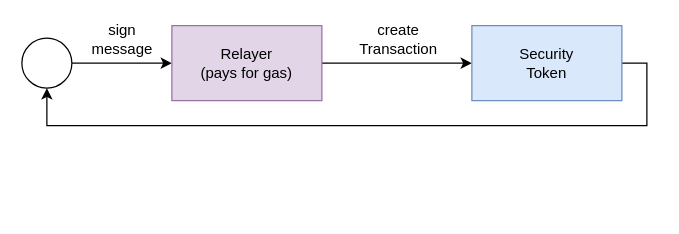
Above: resources/gsn.drawio in micobo-gmbh/micobo-Security-Token (draw.io), before the change. Source tidied: cells renumbered, new cells numbered last; positions are measured from the earlier drawing's top-left corner, leaving out a move shared by most shapes. Both pictures are drawn from the tidied source at 125%, with x=0, y=0 at pixel (21, 25).
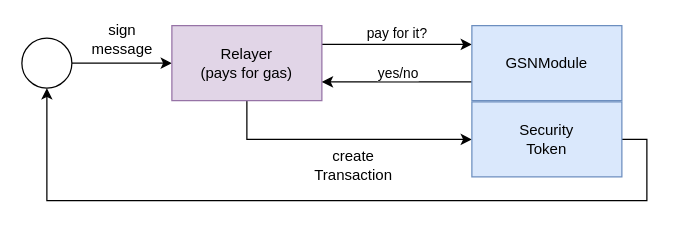
The same diagram, later.

Unchanged cells that the change refers to:
```xml
<mxCell id="4" style="ellipse;whiteSpace=wrap;html=1;" parent="1" vertex="1">
  <mxGeometry y="10" width="40" height="40" as="geometry" />
</mxCell>
<mxCell id="7" value="Relayer&lt;br&gt;(pays for gas)" style="rounded=0;whiteSpace=wrap;html=1;fillColor=#e1d5e7;strokeColor=#9673a6;" parent="1" vertex="1">
  <mxGeometry x="120" width="120" height="60" as="geometry" />
</mxCell>
```

Diff of the diagram source:
```diff
@@
     <mxCell id="5" style="edgeStyle=orthogonalEdgeStyle;rounded=0;jettySize=auto;html=1;entryX=0;entryY=0.5;entryDx=0;entryDy=0;" parent="1" edge="1" source="7" target="9">
-      <mxGeometry relative="1" as="geometry" />
+      <mxGeometry relative="1" as="geometry">
+        <Array as="points">
+          <mxPoint x="180" y="91" />
+        </Array>
+      </mxGeometry>
     </mxCell>
     <mxCell id="6" value="create&lt;br&gt;Transaction" style="text;html=1;align=center;verticalAlign=middle;labelBackgroundColor=none;" parent="5" vertex="1">
       <mxGeometry x="0.2" y="-2" relative="1" as="geometry">
-        <mxPoint x="-12" y="-22" as="offset" />
+        <mxPoint x="-12" y="18" as="offset" />
       </mxGeometry>
     </mxCell>
+    <mxCell id="10" style="edgeStyle=orthogonalEdgeStyle;rounded=0;jettySize=auto;html=1;exitX=1;exitY=0.25;exitDx=0;exitDy=0;entryX=0;entryY=0.25;entryDx=0;entryDy=0;" parent="1" edge="1" source="7" target="14">
+      <mxGeometry relative="1" as="geometry" />
+    </mxCell>
+    <mxCell id="11" value="pay for it?" style="edgeLabel;html=1;align=center;verticalAlign=middle;" parent="10" vertex="1">
+      <mxGeometry x="-0.32" y="-1" relative="1" as="geometry">
+        <mxPoint x="18" y="-10" as="offset" />
+      </mxGeometry>
+    </mxCell>
@@
     <mxCell id="8" style="edgeStyle=orthogonalEdgeStyle;rounded=0;jettySize=auto;html=1;entryX=0.5;entryY=1;entryDx=0;entryDy=0;exitX=1;exitY=0.5;exitDx=0;exitDy=0;" parent="1" edge="1" source="9" target="4">
       <mxGeometry relative="1" as="geometry">
         <Array as="points">
-          <mxPoint x="500" y="30" />
-          <mxPoint x="500" y="80" />
-          <mxPoint x="20" y="80" />
+          <mxPoint x="500" y="91" />
+          <mxPoint x="500" y="140" />
+          <mxPoint x="20" y="140" />
         </Array>
       </mxGeometry>
     </mxCell>
     <mxCell id="9" value="Security&lt;br&gt;Token" style="rounded=0;whiteSpace=wrap;html=1;fillColor=#dae8fc;strokeColor=#6c8ebf;" parent="1" vertex="1">
-      <mxGeometry x="360" width="120" height="60" as="geometry" />
+      <mxGeometry x="360" y="61" width="120" height="60" as="geometry" />
     </mxCell>
+    <mxCell id="12" style="edgeStyle=orthogonalEdgeStyle;rounded=0;jettySize=auto;html=1;exitX=0;exitY=0.75;exitDx=0;exitDy=0;entryX=1;entryY=0.75;entryDx=0;entryDy=0;" parent="1" edge="1" source="14" target="7">
+      <mxGeometry relative="1" as="geometry" />
+    </mxCell>
+    <mxCell id="13" value="yes/no" style="edgeLabel;html=1;align=center;verticalAlign=middle;" parent="12" vertex="1">
+      <mxGeometry x="-0.05" y="-3" relative="1" as="geometry">
+        <mxPoint x="-3" y="-5" as="offset" />
+      </mxGeometry>
+    </mxCell>
+    <mxCell id="14" value="GSNModule" style="rounded=0;whiteSpace=wrap;html=1;fillColor=#dae8fc;strokeColor=#6c8ebf;" parent="1" vertex="1">
+      <mxGeometry x="360" width="120" height="60" as="geometry" />
+    </mxCell>
```
